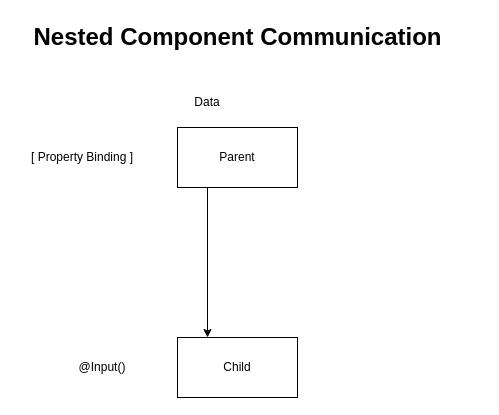
This is page "Page-3" (3 of 3) of refs/ng_diagram.drawio from synergy2411/nov25-angular, a draw.io file, before an edit. Source tidied: cells renumbered, new cells numbered last; positions are measured from the earlier drawing's top-left corner, leaving out a move shared by most shapes. Both pictures are drawn from the tidied source at 100%, with x=0, y=0 at pixel (17, 17).
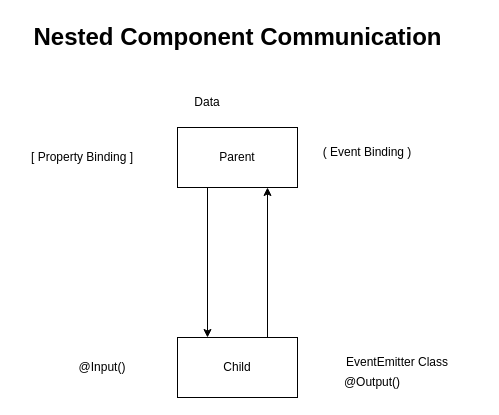
After the change.

What changed in the source:
```diff
@@
 <mxGraphModel>
   <root>
     <mxCell id="0" />
     <mxCell id="1" parent="0" />
     <mxCell id="2" value="Nested Component Communication" style="text;strokeColor=none;fillColor=none;html=1;fontSize=24;fontStyle=1;verticalAlign=middle;align=center;" parent="1" vertex="1">
       <mxGeometry x="170" width="100" height="40" as="geometry" />
     </mxCell>
     <mxCell id="3" style="edgeStyle=orthogonalEdgeStyle;rounded=0;jettySize=auto;html=1;exitX=0.25;exitY=1;exitDx=0;exitDy=0;entryX=0.25;entryY=0;entryDx=0;entryDy=0;" parent="1" edge="1" source="4" target="5">
       <mxGeometry relative="1" as="geometry" />
     </mxCell>
     <mxCell id="4" value="Parent" style="rounded=0;whiteSpace=wrap;html=1;" parent="1" vertex="1">
       <mxGeometry x="160" y="110" width="120" height="60" as="geometry" />
     </mxCell>
+    <mxCell id="9" style="edgeStyle=orthogonalEdgeStyle;rounded=0;jettySize=auto;html=1;exitX=0.75;exitY=0;exitDx=0;exitDy=0;entryX=0.75;entryY=1;entryDx=0;entryDy=0;" parent="1" edge="1" source="5" target="4">
+      <mxGeometry relative="1" as="geometry" />
+    </mxCell>
     <mxCell id="5" value="Child" style="rounded=0;whiteSpace=wrap;html=1;" parent="1" vertex="1">
       <mxGeometry x="160" y="320" width="120" height="60" as="geometry" />
     </mxCell>
     <mxCell id="6" value="Data" style="text;html=1;whiteSpace=wrap;strokeColor=none;fillColor=none;align=center;verticalAlign=middle;rounded=0;" parent="1" vertex="1">
       <mxGeometry x="160" y="70" width="60" height="30" as="geometry" />
     </mxCell>
     <mxCell id="7" value="[ Property Binding ]" style="text;html=1;whiteSpace=wrap;strokeColor=none;fillColor=none;align=center;verticalAlign=middle;rounded=0;" parent="1" vertex="1">
       <mxGeometry y="125" width="130" height="30" as="geometry" />
     </mxCell>
     <mxCell id="8" value="@Input()" style="text;html=1;whiteSpace=wrap;strokeColor=none;fillColor=none;align=center;verticalAlign=middle;rounded=0;" parent="1" vertex="1">
       <mxGeometry x="55" y="335" width="60" height="30" as="geometry" />
     </mxCell>
+    <mxCell id="10" value="( Event Binding )" style="text;html=1;whiteSpace=wrap;strokeColor=none;fillColor=none;align=center;verticalAlign=middle;rounded=0;" parent="1" vertex="1">
+      <mxGeometry x="295" y="120" width="110" height="30" as="geometry" />
+    </mxCell>
+    <mxCell id="11" value="EventEmitter Class" style="text;html=1;whiteSpace=wrap;strokeColor=none;fillColor=none;align=center;verticalAlign=middle;rounded=0;" parent="1" vertex="1">
+      <mxGeometry x="295" y="330" width="170" height="30" as="geometry" />
+    </mxCell>
+    <mxCell id="12" value="@Output()" style="text;html=1;whiteSpace=wrap;strokeColor=none;fillColor=none;align=center;verticalAlign=middle;rounded=0;" parent="1" vertex="1">
+      <mxGeometry x="325" y="350" width="60" height="30" as="geometry" />
+    </mxCell>
   </root>
 </mxGraphModel>
```
